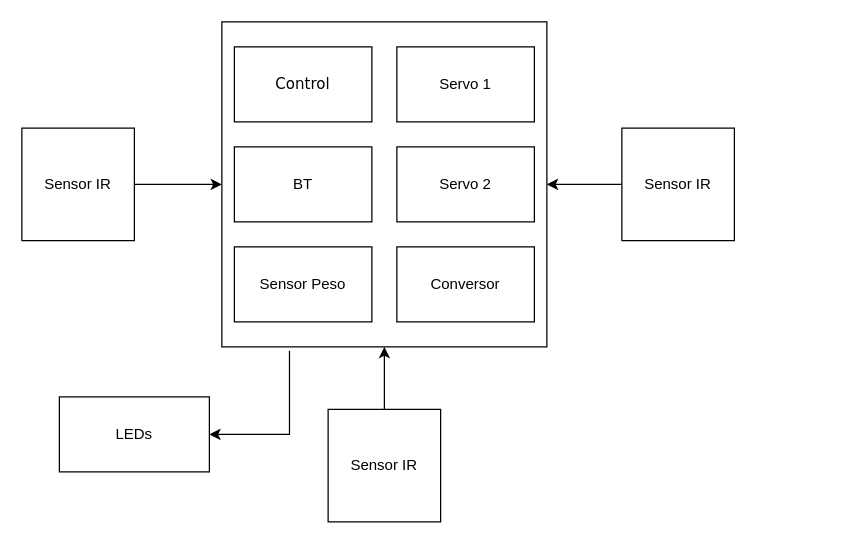
This is Diagramas/DiagramaFisico.drawio from OriaJoaquin/X3, a draw.io file, before an edit. Source tidied: cells renumbered, new cells numbered last; positions are measured from the earlier drawing's top-left corner, leaving out a move shared by most shapes. Both pictures are drawn from the tidied source at 125%, with x=0, y=0 at pixel (21, 21).
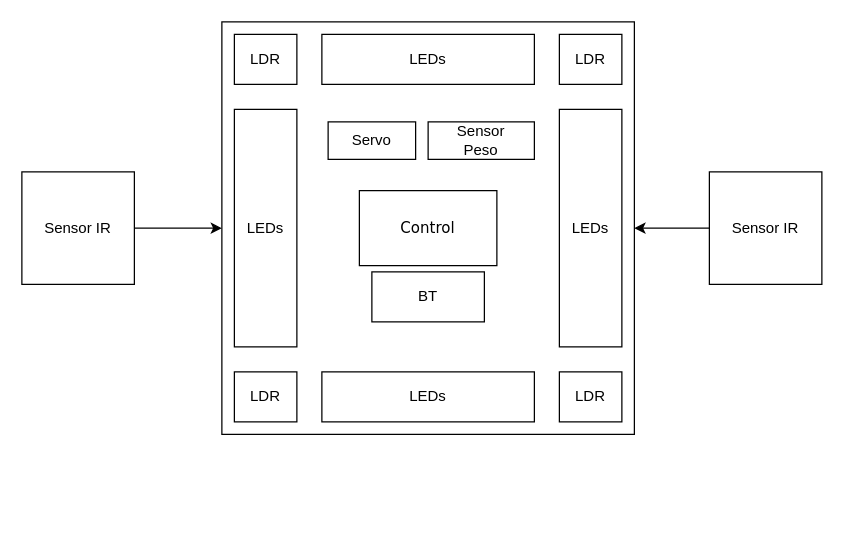
After the change.

Change to the diagram source:
```diff
@@
     <mxCell id="2" style="whiteSpace=wrap;html=1;imageAspect=1;" parent="1" vertex="1">
-      <mxGeometry x="160" width="260" height="260" as="geometry" />
+      <mxGeometry x="160" width="330" height="330" as="geometry" />
     </mxCell>
@@
     <mxCell id="4" value="Sensor IR" style="whiteSpace=wrap;html=1;imageAspect=0;" parent="1" vertex="1">
-      <mxGeometry x="480" y="85" width="90" height="90" as="geometry" />
+      <mxGeometry x="550" y="120" width="90" height="90" as="geometry" />
     </mxCell>
     <mxCell id="5" style="rounded=0;whiteSpace=wrap;html=1;" parent="1" vertex="1">
-      <mxGeometry x="170" y="20" width="110" height="60" as="geometry" />
+      <mxGeometry x="270" y="135" width="110" height="60" as="geometry" />
     </mxCell>
-    <mxCell id="6" style="rounded=0;whiteSpace=wrap;html=1;" parent="1" vertex="1">
-      <mxGeometry x="300" y="20" width="110" height="60" as="geometry" />
+    <mxCell id="6" style="rounded=0;whiteSpace=wrap;html=1;imageWidth=24;" parent="1" vertex="1">
+      <mxGeometry x="430" y="280" width="50" height="40" as="geometry" />
     </mxCell>
     <mxCell id="7" style="rounded=0;whiteSpace=wrap;html=1;" parent="1" vertex="1">
-      <mxGeometry x="170" y="100" width="110" height="60" as="geometry" />
+      <mxGeometry x="280" y="200" width="90" height="40" as="geometry" />
     </mxCell>
-    <mxCell id="8" value="Servo 2" style="rounded=0;whiteSpace=wrap;html=1;" parent="1" vertex="1">
-      <mxGeometry x="300" y="100" width="110" height="60" as="geometry" />
+    <mxCell id="8" value="Servo" style="rounded=0;whiteSpace=wrap;html=1;" parent="1" vertex="1">
+      <mxGeometry x="245" y="80" width="70" height="30" as="geometry" />
     </mxCell>
     <mxCell id="9" style="rounded=0;whiteSpace=wrap;html=1;" parent="1" vertex="1">
-      <mxGeometry x="170" y="180" width="110" height="60" as="geometry" />
+      <mxGeometry x="325" y="80" width="85" height="30" as="geometry" />
     </mxCell>
-    <mxCell id="10" value="Conversor" style="rounded=0;whiteSpace=wrap;html=1;" parent="1" vertex="1">
-      <mxGeometry x="300" y="180" width="110" height="60" as="geometry" />
-    </mxCell>
     <mxCell id="11" value="&lt;font face=&quot;Verdana&quot;&gt;Control&lt;/font&gt;" style="text;html=1;strokeColor=none;fillColor=none;align=center;verticalAlign=middle;whiteSpace=wrap;rounded=0;" parent="1" vertex="1">
-      <mxGeometry x="180" y="30" width="90" height="40" as="geometry" />
+      <mxGeometry x="280" y="145" width="90" height="40" as="geometry" />
     </mxCell>
     <mxCell id="12" value="BT" style="text;html=1;strokeColor=none;fillColor=none;align=center;verticalAlign=middle;whiteSpace=wrap;rounded=0;" parent="1" vertex="1">
-      <mxGeometry x="180" y="110" width="90" height="40" as="geometry" />
+      <mxGeometry x="290" y="210" width="70" height="20" as="geometry" />
     </mxCell>
     <mxCell id="13" value="Sensor Peso" style="text;html=1;strokeColor=none;fillColor=none;align=center;verticalAlign=middle;whiteSpace=wrap;rounded=0;" parent="1" vertex="1">
-      <mxGeometry x="180" y="190" width="90" height="40" as="geometry" />
+      <mxGeometry x="335" y="90" width="65" height="10" as="geometry" />
     </mxCell>
-    <mxCell id="14" value="Servo 1" style="text;html=1;strokeColor=none;fillColor=none;align=center;verticalAlign=middle;whiteSpace=wrap;rounded=0;" parent="1" vertex="1">
-      <mxGeometry x="310" y="30" width="90" height="40" as="geometry" />
+    <mxCell id="14" value="LDR" style="text;html=1;strokeColor=none;fillColor=none;align=center;verticalAlign=middle;whiteSpace=wrap;rounded=0;imageWidth=24;" parent="1" vertex="1">
+      <mxGeometry x="420" y="290" width="70" height="20" as="geometry" />
     </mxCell>
@@
     <mxCell id="16" value="Sensor IR" style="whiteSpace=wrap;html=1;imageAspect=0;" parent="1" vertex="1">
-      <mxGeometry y="85" width="90" height="90" as="geometry" />
+      <mxGeometry y="120" width="90" height="90" as="geometry" />
     </mxCell>
-    <mxCell id="17" style="edgeStyle=orthogonalEdgeStyle;rounded=0;jettySize=auto;html=1;entryX=0.5;entryY=1;entryDx=0;entryDy=0;" parent="1" edge="1" source="18" target="2">
-      <mxGeometry relative="1" as="geometry" />
-    </mxCell>
-    <mxCell id="18" value="Sensor IR" style="whiteSpace=wrap;html=1;imageAspect=0;" parent="1" vertex="1">
-      <mxGeometry x="245" y="310" width="90" height="90" as="geometry" />
-    </mxCell>
-    <mxCell id="19" style="edgeStyle=orthogonalEdgeStyle;rounded=0;jettySize=auto;html=1;entryX=0.208;entryY=1.012;entryDx=0;entryDy=0;entryPerimeter=0;endArrow=none;endFill=0;startArrow=classic;startFill=1;" parent="1" edge="1" source="20" target="2">
-      <mxGeometry relative="1" as="geometry" />
-    </mxCell>
-    <mxCell id="20" value="LEDs" style="rounded=0;whiteSpace=wrap;html=1;" parent="1" vertex="1">
-      <mxGeometry x="30" y="300" width="120" height="60" as="geometry" />
+    <mxCell id="20" value="LEDs" style="rounded=0;whiteSpace=wrap;html=1;direction=south;" parent="1" vertex="1">
+      <mxGeometry x="430" y="70" width="50" height="190" as="geometry" />
     </mxCell>
+    <mxCell id="21" style="rounded=0;whiteSpace=wrap;html=1;imageWidth=24;" parent="1" vertex="1">
+      <mxGeometry x="430" y="10" width="50" height="40" as="geometry" />
+    </mxCell>
+    <mxCell id="22" value="LDR" style="text;html=1;strokeColor=none;fillColor=none;align=center;verticalAlign=middle;whiteSpace=wrap;rounded=0;imageWidth=24;" parent="1" vertex="1">
+      <mxGeometry x="420" y="20" width="70" height="20" as="geometry" />
+    </mxCell>
+    <mxCell id="23" style="rounded=0;whiteSpace=wrap;html=1;imageWidth=24;" parent="1" vertex="1">
+      <mxGeometry x="170" y="280" width="50" height="40" as="geometry" />
+    </mxCell>
+    <mxCell id="24" value="LDR" style="text;html=1;strokeColor=none;fillColor=none;align=center;verticalAlign=middle;whiteSpace=wrap;rounded=0;imageWidth=24;" parent="1" vertex="1">
+      <mxGeometry x="160" y="290" width="70" height="20" as="geometry" />
+    </mxCell>
+    <mxCell id="25" style="rounded=0;whiteSpace=wrap;html=1;imageWidth=24;" parent="1" vertex="1">
+      <mxGeometry x="170" y="10" width="50" height="40" as="geometry" />
+    </mxCell>
+    <mxCell id="26" value="LDR" style="text;html=1;strokeColor=none;fillColor=none;align=center;verticalAlign=middle;whiteSpace=wrap;rounded=0;imageWidth=24;" parent="1" vertex="1">
+      <mxGeometry x="160" y="20" width="70" height="20" as="geometry" />
+    </mxCell>
+    <mxCell id="27" value="LEDs" style="rounded=0;whiteSpace=wrap;html=1;direction=south;" parent="1" vertex="1">
+      <mxGeometry x="170" y="70" width="50" height="190" as="geometry" />
+    </mxCell>
+    <mxCell id="28" value="LEDs" style="rounded=0;whiteSpace=wrap;html=1;direction=south;" parent="1" vertex="1">
+      <mxGeometry x="240" y="10" width="170" height="40" as="geometry" />
+    </mxCell>
+    <mxCell id="29" value="LEDs" style="rounded=0;whiteSpace=wrap;html=1;direction=south;" parent="1" vertex="1">
+      <mxGeometry x="240" y="280" width="170" height="40" as="geometry" />
+    </mxCell>
```
